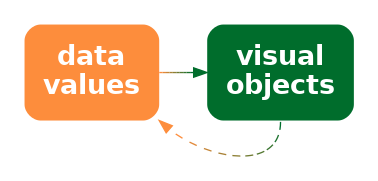
pmur002/hdvw keeps this Graphviz diagram as Diagrams/data-obj-decode.png. Above is the earlier version. Its source is kept beside it as Diagrams/data-obj-decode.dot.
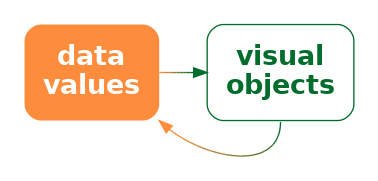
After the commit.

Change to the diagram source:
```diff
@@ -3,7 +3,7 @@
   node [ fontsize=20; fontname="sans bold"; margin=.2 ];
   data [ label="data\nvalues"; shape=box; style="filled, rounded"; penwidth=0; fontcolor=white; fillcolor="#FD8D3C" ]
   obj [ label="visual\nobjects"; shape=box;
-     style="filled, rounded"; penwidth=0; fontcolor=white; fillcolor="#006D2C" ]
-  data -> obj [ color="#FD8D3C;0.1:#E1893A;0.1:#C58638;0.1:#A98237;0.1:#8D7F35;0.1:#707B33;0.1:#547831;0.1:#387430;0.1:#1C712E;0.1:#006D2C;0.1" ]
-  obj:s -> data:se [ style="dashed", color="#006D2C;0.1:#1C712E;0.1:#387430;0.1:#547831;0.1:#707B33;0.1:#8D7F35;0.1:#A98237;0.1:#C58638;0.1:#E1893A;0.1:#FD8D3C;0.1" ]
+     style="rounded"; color="#006D2C"; fontcolor="#006D2C" ]
+  data -> obj [ style="bold"; penwidth=1; color="#FD8D3C;0.1:#E1893A;0.1:#C58638;0.1:#A98237;0.1:#8D7F35;0.1:#707B33;0.1:#547831;0.1:#387430;0.1:#1C712E;0.1:#006D2C;0.1" ]
+  obj:s -> data:se [ style="solid", color="#006D2C;0.1:#1C712E;0.1:#387430;0.1:#547831;0.1:#707B33;0.1:#8D7F35;0.1:#A98237;0.1:#C58638;0.1:#E1893A;0.1:#FD8D3C;0.1" ]
 }
```
